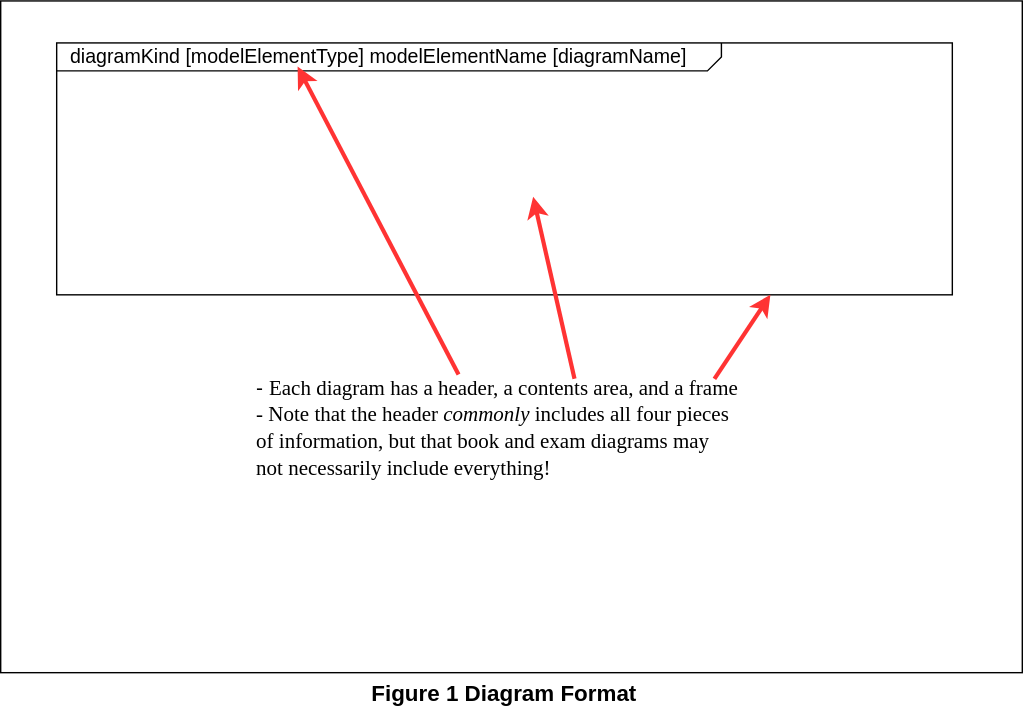
Above: SysML Lessons/SVGs/Diagrams Format.svg in JeffreyWerth/AWS-Architecture-Model-Repository (draw.io), before the change. Source tidied: cells renumbered, new cells last; positions are measured from the earlier drawing's top-left corner, leaving out a move shared by most shapes. The source it was exported from:
```xml
<mxGraphModel>
  <root>
    <mxCell id="0" style="html=1;" />
    <mxCell id="1" style="html=1;" parent="0" />
    <mxCell id="2" style="rounded=0;whiteSpace=wrap;html=1;" parent="1" vertex="1">
      <mxGeometry width="730" height="480" as="geometry" />
    </mxCell>
    <mxCell id="3" value="&lt;font style=&quot;font-size: 16px;&quot;&gt;Figure 1 Diagram Format&lt;/font&gt;" style="text;html=1;strokeColor=none;fillColor=none;align=center;verticalAlign=middle;whiteSpace=wrap;rounded=0;fontStyle=1;fontSize=16;" parent="1" vertex="1">
      <mxGeometry x="240" y="480" width="240" height="30" as="geometry" />
    </mxCell>
    <mxCell id="4" value="&lt;p style=&quot;text-align: left; margin: 4px 0px 0px 10px; line-height: 90%; font-size: 14px;&quot;&gt;&lt;span style=&quot;border-color: var(--border-color);&quot;&gt;diagramKind&lt;/span&gt;&lt;span style=&quot;border-color: var(--border-color);&quot;&gt;&amp;nbsp;[&lt;/span&gt;&lt;span style=&quot;border-color: var(--border-color);&quot;&gt;modelElementType&lt;/span&gt;&lt;span style=&quot;border-color: var(--border-color);&quot;&gt;]&amp;nbsp;&lt;/span&gt;&lt;span style=&quot;border-color: var(--border-color);&quot;&gt;modelElementName&lt;/span&gt;&lt;span style=&quot;border-color: var(--border-color);&quot;&gt;&amp;nbsp;[&lt;/span&gt;&lt;span style=&quot;border-color: var(--border-color);&quot;&gt;diagramName&lt;/span&gt;&lt;span style=&quot;border-color: var(--border-color);&quot;&gt;]&lt;/span&gt;&lt;br&gt;&lt;/p&gt;" style="html=1;shape=mxgraph.sysml.package;html=1;overflow=fill;whiteSpace=wrap;fontSize=16;labelX=475.33;" parent="1" vertex="1">
      <mxGeometry x="40" y="30" width="640" height="180" as="geometry" />
    </mxCell>
    <mxCell id="5" value="&lt;div style=&quot;font-size: 15px;&quot; class=&quot;O0&quot;&gt;&lt;font style=&quot;font-size: 15px;&quot;&gt;-&amp;nbsp;&lt;span style=&quot;font-family: &amp;quot;Avenir Next LT Pro&amp;quot;;&quot;&gt;Each diagram has a header, a contents area, and a frame&lt;/span&gt;&lt;/font&gt;&lt;/div&gt;&lt;font style=&quot;font-size: 15px;&quot;&gt;&lt;span style=&quot;background-color: initial; font-family: &amp;quot;Avenir Next LT Pro&amp;quot;;&quot;&gt;- Note that the header &lt;/span&gt;&lt;span style=&quot;background-color: initial; font-family: &amp;quot;Avenir Next LT Pro&amp;quot;; font-style: italic;&quot;&gt;commonly&lt;/span&gt;&lt;span style=&quot;background-color: initial; font-family: &amp;quot;Avenir Next LT Pro&amp;quot;;&quot;&gt; includes all four pieces of&amp;nbsp;&lt;/span&gt;&lt;span style=&quot;font-family: &amp;quot;Avenir Next LT Pro&amp;quot;; background-color: initial;&quot;&gt;information, but that book and exam diagrams may not&lt;/span&gt;&lt;span style=&quot;font-family: &amp;quot;Avenir Next LT Pro&amp;quot;; background-color: initial;&quot;&gt;&amp;nbsp;&lt;/span&gt;&lt;span style=&quot;font-family: &amp;quot;Avenir Next LT Pro&amp;quot;; background-color: initial;&quot;&gt;necessarily include everything!&lt;/span&gt;&lt;span style=&quot;font-family: &amp;quot;Avenir Next LT Pro&amp;quot;; background-color: initial;&quot;&gt;&lt;br&gt;&lt;/span&gt;&lt;/font&gt;" style="text;html=1;strokeColor=none;fillColor=none;align=left;verticalAlign=middle;whiteSpace=wrap;rounded=0;fontSize=16;" parent="1" vertex="1">
      <mxGeometry x="181.2" y="240" width="377.5" height="130" as="geometry" />
    </mxCell>
    <mxCell id="6" style="endArrow=classic;html=1;rounded=0;fontSize=15;entryX=0.269;entryY=0.094;entryDx=0;entryDy=0;entryPerimeter=0;strokeColor=#FF3333;strokeWidth=3;" parent="1" edge="1" target="4">
      <mxGeometry relative="1" as="geometry">
        <mxPoint x="327.2" y="267" as="sourcePoint" />
      </mxGeometry>
    </mxCell>
    <mxCell id="7" style="endArrow=classic;html=1;rounded=0;fontSize=15;entryX=0.532;entryY=0.611;entryDx=0;entryDy=0;entryPerimeter=0;strokeWidth=3;strokeColor=#FF3333;exitX=0.606;exitY=0.231;exitDx=0;exitDy=0;exitPerimeter=0;" parent="1" edge="1" source="5" target="4">
      <mxGeometry relative="1" as="geometry" />
    </mxCell>
    <mxCell id="8" style="endArrow=classic;html=1;rounded=0;fontSize=15;entryX=0.253;entryY=0.111;entryDx=0;entryDy=0;entryPerimeter=0;strokeColor=#FF3333;strokeWidth=3;" parent="1" edge="1">
      <mxGeometry relative="1" as="geometry">
        <mxPoint x="510" y="270" as="sourcePoint" />
        <mxPoint x="550" y="210" as="targetPoint" />
      </mxGeometry>
    </mxCell>
  </root>
</mxGraphModel>
```
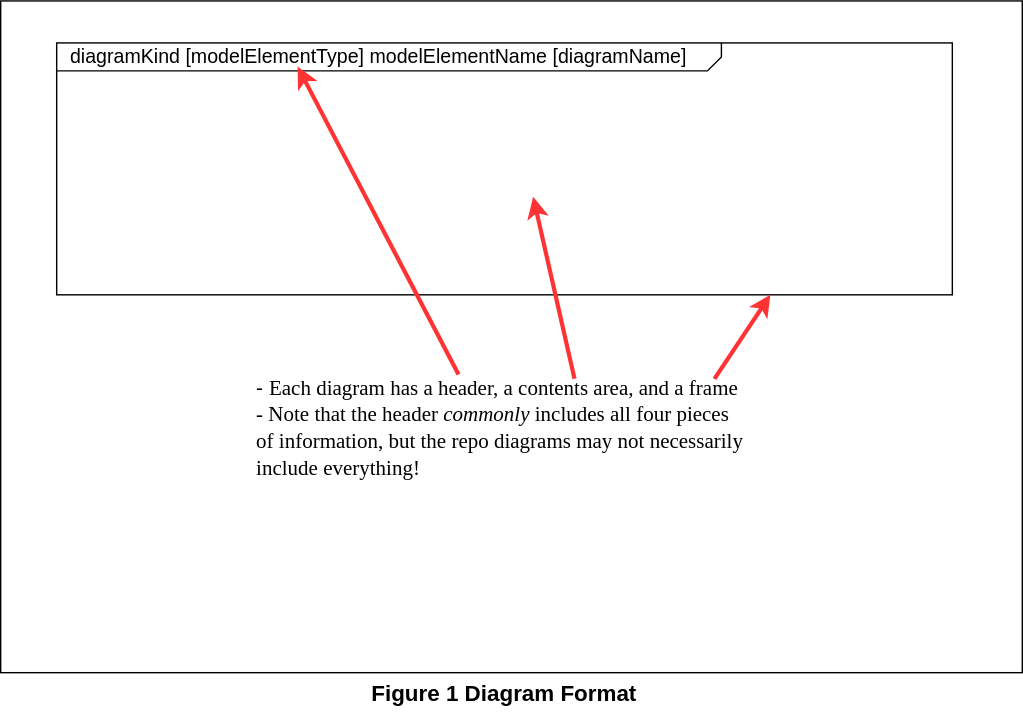
After the change.

Commit message:
Updated Diagram Format

Change to the diagram source:
```diff
@@ -11,7 +11,7 @@
     <mxCell id="4" value="&lt;p style=&quot;text-align: left; margin: 4px 0px 0px 10px; line-height: 90%; font-size: 14px;&quot;&gt;&lt;span style=&quot;border-color: var(--border-color);&quot;&gt;diagramKind&lt;/span&gt;&lt;span style=&quot;border-color: var(--border-color);&quot;&gt;&amp;nbsp;[&lt;/span&gt;&lt;span style=&quot;border-color: var(--border-color);&quot;&gt;modelElementType&lt;/span&gt;&lt;span style=&quot;border-color: var(--border-color);&quot;&gt;]&amp;nbsp;&lt;/span&gt;&lt;span style=&quot;border-color: var(--border-color);&quot;&gt;modelElementName&lt;/span&gt;&lt;span style=&quot;border-color: var(--border-color);&quot;&gt;&amp;nbsp;[&lt;/span&gt;&lt;span style=&quot;border-color: var(--border-color);&quot;&gt;diagramName&lt;/span&gt;&lt;span style=&quot;border-color: var(--border-color);&quot;&gt;]&lt;/span&gt;&lt;br&gt;&lt;/p&gt;" style="html=1;shape=mxgraph.sysml.package;html=1;overflow=fill;whiteSpace=wrap;fontSize=16;labelX=475.33;" parent="1" vertex="1">
       <mxGeometry x="40" y="30" width="640" height="180" as="geometry" />
     </mxCell>
-    <mxCell id="5" value="&lt;div style=&quot;font-size: 15px;&quot; class=&quot;O0&quot;&gt;&lt;font style=&quot;font-size: 15px;&quot;&gt;-&amp;nbsp;&lt;span style=&quot;font-family: &amp;quot;Avenir Next LT Pro&amp;quot;;&quot;&gt;Each diagram has a header, a contents area, and a frame&lt;/span&gt;&lt;/font&gt;&lt;/div&gt;&lt;font style=&quot;font-size: 15px;&quot;&gt;&lt;span style=&quot;background-color: initial; font-family: &amp;quot;Avenir Next LT Pro&amp;quot;;&quot;&gt;- Note that the header &lt;/span&gt;&lt;span style=&quot;background-color: initial; font-family: &amp;quot;Avenir Next LT Pro&amp;quot;; font-style: italic;&quot;&gt;commonly&lt;/span&gt;&lt;span style=&quot;background-color: initial; font-family: &amp;quot;Avenir Next LT Pro&amp;quot;;&quot;&gt; includes all four pieces of&amp;nbsp;&lt;/span&gt;&lt;span style=&quot;font-family: &amp;quot;Avenir Next LT Pro&amp;quot;; background-color: initial;&quot;&gt;information, but that book and exam diagrams may not&lt;/span&gt;&lt;span style=&quot;font-family: &amp;quot;Avenir Next LT Pro&amp;quot;; background-color: initial;&quot;&gt;&amp;nbsp;&lt;/span&gt;&lt;span style=&quot;font-family: &amp;quot;Avenir Next LT Pro&amp;quot;; background-color: initial;&quot;&gt;necessarily include everything!&lt;/span&gt;&lt;span style=&quot;font-family: &amp;quot;Avenir Next LT Pro&amp;quot;; background-color: initial;&quot;&gt;&lt;br&gt;&lt;/span&gt;&lt;/font&gt;" style="text;html=1;strokeColor=none;fillColor=none;align=left;verticalAlign=middle;whiteSpace=wrap;rounded=0;fontSize=16;" parent="1" vertex="1">
+    <mxCell id="5" value="&lt;div style=&quot;font-size: 15px;&quot; class=&quot;O0&quot;&gt;&lt;font style=&quot;font-size: 15px;&quot;&gt;-&amp;nbsp;&lt;span style=&quot;font-family: &amp;quot;Avenir Next LT Pro&amp;quot;;&quot;&gt;Each diagram has a header, a contents area, and a frame&lt;/span&gt;&lt;/font&gt;&lt;/div&gt;&lt;font style=&quot;font-size: 15px;&quot;&gt;&lt;span style=&quot;background-color: initial; font-family: &amp;quot;Avenir Next LT Pro&amp;quot;;&quot;&gt;- Note that the header &lt;/span&gt;&lt;span style=&quot;background-color: initial; font-family: &amp;quot;Avenir Next LT Pro&amp;quot;; font-style: italic;&quot;&gt;commonly&lt;/span&gt;&lt;span style=&quot;background-color: initial; font-family: &amp;quot;Avenir Next LT Pro&amp;quot;;&quot;&gt; includes all four pieces of&amp;nbsp;&lt;/span&gt;&lt;span style=&quot;font-family: &amp;quot;Avenir Next LT Pro&amp;quot;; background-color: initial;&quot;&gt;information, but the repo diagrams may not&lt;/span&gt;&lt;span style=&quot;font-family: &amp;quot;Avenir Next LT Pro&amp;quot;; background-color: initial;&quot;&gt;&amp;nbsp;&lt;/span&gt;&lt;span style=&quot;font-family: &amp;quot;Avenir Next LT Pro&amp;quot;; background-color: initial;&quot;&gt;necessarily include everything!&lt;/span&gt;&lt;span style=&quot;font-family: &amp;quot;Avenir Next LT Pro&amp;quot;; background-color: initial;&quot;&gt;&lt;br&gt;&lt;/span&gt;&lt;/font&gt;" style="text;html=1;strokeColor=none;fillColor=none;align=left;verticalAlign=middle;whiteSpace=wrap;rounded=0;fontSize=16;" parent="1" vertex="1">
       <mxGeometry x="181.2" y="240" width="377.5" height="130" as="geometry" />
     </mxCell>
     <mxCell id="6" style="endArrow=classic;html=1;rounded=0;fontSize=15;entryX=0.269;entryY=0.094;entryDx=0;entryDy=0;entryPerimeter=0;strokeColor=#FF3333;strokeWidth=3;" parent="1" edge="1" target="4">
```
